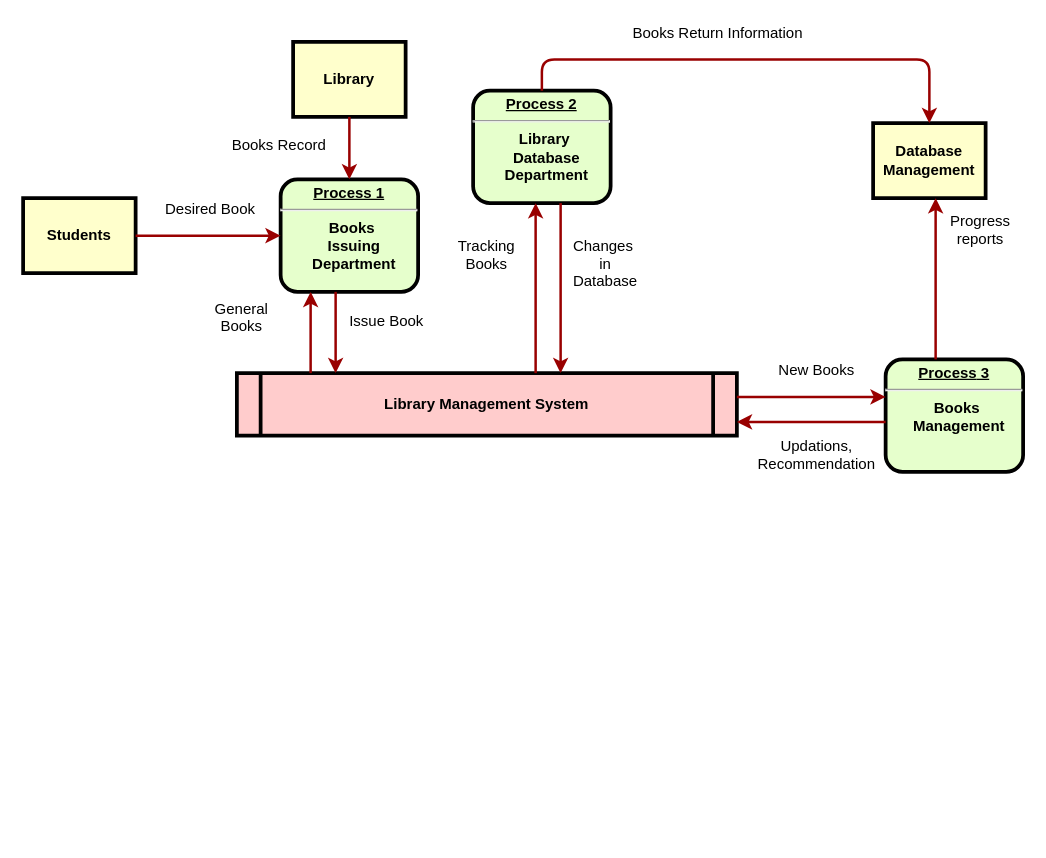
Earlier version of the draw.io diagram Library Management DFD.drawio (Master-Bhavesh/DFD-Diagram). Source tidied: cells renumbered, new cells numbered last; positions are measured from the earlier drawing's top-left corner, leaving out a move shared by most shapes. Both pictures are drawn from the tidied source at 125%, with x=0, y=0 at pixel (22, 21).
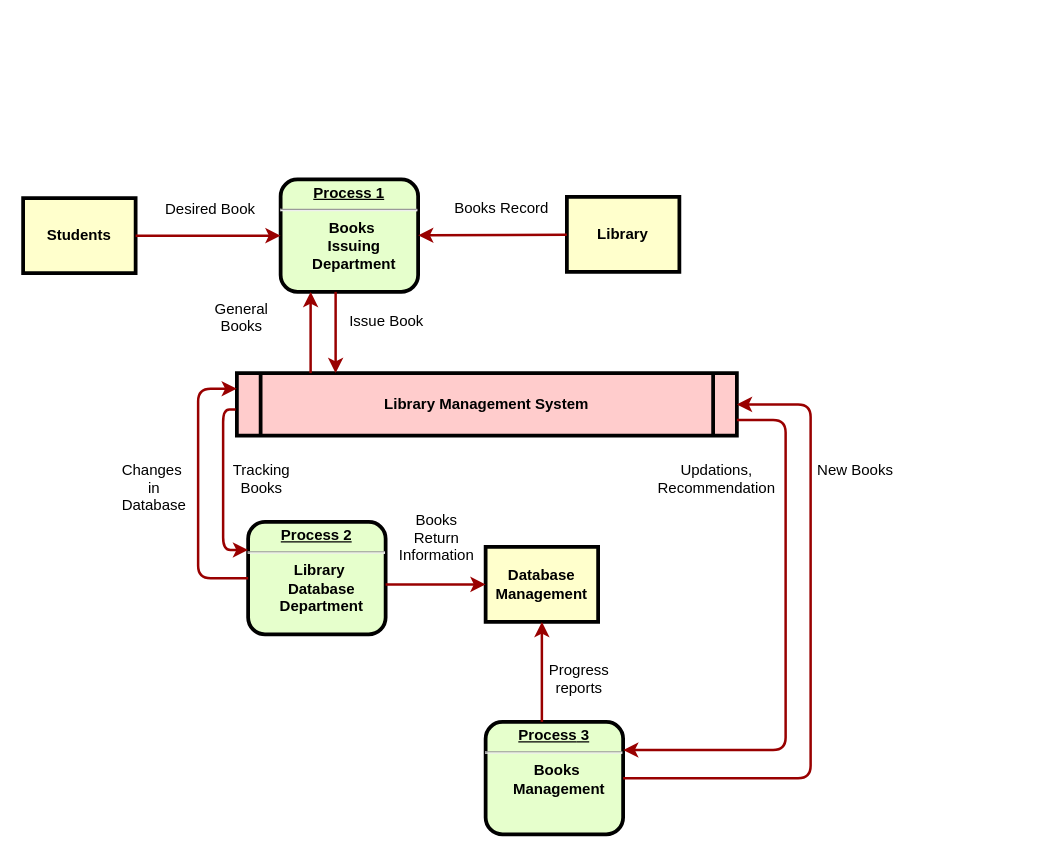
The same page after the edit.

Unchanged cells that the change refers to:
```xml
<mxCell id="5" value="Library Management System" style="shape=process;whiteSpace=wrap;align=center;verticalAlign=middle;size=0.0475;fontStyle=1;strokeWidth=3;fillColor=#FFCCCC;" parent="1" vertex="1">
  <mxGeometry x="171" y="281" width="400" height="50" as="geometry" />
</mxCell>
```

What changed in the source:
```diff
@@
     <mxCell id="3" value="Library" style="whiteSpace=wrap;align=center;verticalAlign=middle;fontStyle=1;strokeWidth=3;fillColor=#FFFFCC;" parent="1" vertex="1">
-      <mxGeometry x="216" y="16" width="90" height="60" as="geometry" />
+      <mxGeometry x="435" y="140" width="90" height="60" as="geometry" />
     </mxCell>
@@
     <mxCell id="6" value="&lt;p style=&quot;margin: 0px ; margin-top: 4px ; text-align: center ; text-decoration: underline&quot;&gt;&lt;strong&gt;Process 2&lt;br&gt;&lt;/strong&gt;&lt;/p&gt;&lt;hr&gt;&lt;p style=&quot;margin: 0px ; margin-left: 8px&quot;&gt;Library&amp;nbsp;&lt;/p&gt;&lt;p style=&quot;margin: 0px ; margin-left: 8px&quot;&gt;Database&lt;/p&gt;&lt;p style=&quot;margin: 0px ; margin-left: 8px&quot;&gt;Department&lt;/p&gt;" style="verticalAlign=middle;align=center;overflow=fill;fontSize=12;fontFamily=Helvetica;html=1;rounded=1;fontStyle=1;strokeWidth=3;fillColor=#E6FFCC;" parent="1" vertex="1">
-      <mxGeometry x="360" y="55" width="110" height="90" as="geometry" />
+      <mxGeometry x="180" y="400" width="110" height="90" as="geometry" />
     </mxCell>
     <mxCell id="7" value="&lt;p style=&quot;margin: 0px ; margin-top: 4px ; text-align: center ; text-decoration: underline&quot;&gt;&lt;strong&gt;&lt;strong&gt;Process&lt;/strong&gt; 3&lt;br&gt;&lt;/strong&gt;&lt;/p&gt;&lt;hr&gt;&lt;p style=&quot;margin: 0px ; margin-left: 8px&quot;&gt;Books&amp;nbsp;&lt;/p&gt;&lt;p style=&quot;margin: 0px ; margin-left: 8px&quot;&gt;Management&lt;/p&gt;" style="verticalAlign=middle;align=center;overflow=fill;fontSize=12;fontFamily=Helvetica;html=1;rounded=1;fontStyle=1;strokeWidth=3;fillColor=#E6FFCC;" parent="1" vertex="1">
-      <mxGeometry x="690" y="270" width="110" height="90" as="geometry" />
+      <mxGeometry x="370" y="560" width="110" height="90" as="geometry" />
     </mxCell>
     <mxCell id="8" value="Database&#10;Management" style="whiteSpace=wrap;align=center;verticalAlign=middle;fontStyle=1;strokeWidth=3;fillColor=#FFFFCC;" parent="1" vertex="1">
-      <mxGeometry x="680" y="81" width="90" height="60" as="geometry" />
+      <mxGeometry x="370" y="420" width="90" height="60" as="geometry" />
     </mxCell>
@@
     <mxCell id="12" value="Books Record" style="text;spacingTop=-5;align=center;" parent="1" vertex="1">
-      <mxGeometry x="190" y="90" width="30" height="20" as="geometry" />
+      <mxGeometry x="368" y="140" width="30" height="20" as="geometry" />
     </mxCell>
@@
-    <mxCell id="17" style="edgeStyle=elbowEdgeStyle;elbow=horizontal;strokeColor=#990000;strokeWidth=2;" parent="1" edge="1" source="5" target="6">
+    <mxCell id="17" style="edgeStyle=elbowEdgeStyle;elbow=horizontal;strokeColor=#990000;strokeWidth=2;entryX=0;entryY=0.25;entryDx=0;entryDy=0;" parent="1" edge="1" target="6">
       <mxGeometry relative="1" as="geometry">
+        <mxPoint x="170" y="310" as="sourcePoint" />
         <Array as="points">
-          <mxPoint x="410" y="200" />
+          <mxPoint x="160" y="480" />
+          <mxPoint x="225" y="580" />
         </Array>
       </mxGeometry>
     </mxCell>
-    <mxCell id="18" style="edgeStyle=elbowEdgeStyle;elbow=horizontal;strokeColor=#990000;strokeWidth=2;" parent="1" edge="1" source="6" target="5">
+    <mxCell id="18" style="edgeStyle=elbowEdgeStyle;elbow=horizontal;strokeColor=#990000;strokeWidth=2;entryX=0;entryY=0.25;entryDx=0;entryDy=0;" parent="1" edge="1" source="6" target="5">
       <mxGeometry relative="1" as="geometry">
         <Array as="points">
-          <mxPoint x="430" y="210" />
+          <mxPoint x="140" y="540" />
         </Array>
       </mxGeometry>
     </mxCell>
     <mxCell id="19" value="Tracking &#10;Books" style="text;spacingTop=-5;align=center;" parent="1" vertex="1">
-      <mxGeometry x="356" y="171" width="30" height="20" as="geometry" />
+      <mxGeometry x="176" y="350" width="30" height="20" as="geometry" />
     </mxCell>
     <mxCell id="20" value="Changes &#10;in&#10;Database" style="text;spacingTop=-5;align=center;" parent="1" vertex="1">
-      <mxGeometry x="451" y="171" width="30" height="20" as="geometry" />
+      <mxGeometry x="90" y="350" width="30" height="20" as="geometry" />
     </mxCell>
-    <mxCell id="21" value="Books Return Information" style="text;spacingTop=-5;align=center;" parent="1" vertex="1">
-      <mxGeometry x="541" width="30" height="20" as="geometry" />
+    <mxCell id="21" value="Books&#10;Return&#10;Information" style="text;spacingTop=-5;align=center;" parent="1" vertex="1">
+      <mxGeometry x="316" y="390" width="30" height="20" as="geometry" />
     </mxCell>
     <mxCell id="22" value="Progress&#10;reports" style="text;spacingTop=-5;align=center;" parent="1" vertex="1">
-      <mxGeometry x="751" y="151" width="30" height="20" as="geometry" />
+      <mxGeometry x="430" y="510" width="30" height="20" as="geometry" />
     </mxCell>
     <mxCell id="23" style="edgeStyle=elbowEdgeStyle;elbow=horizontal;strokeColor=#990000;strokeWidth=2;" parent="1" edge="1" source="6" target="8">
       <mxGeometry relative="1" as="geometry">
         <Array as="points">
-          <mxPoint x="415" y="30" />
+          <mxPoint x="330" y="450" />
+          <mxPoint x="230" y="410" />
         </Array>
       </mxGeometry>
     </mxCell>
@@
-    <mxCell id="25" style="edgeStyle=elbowEdgeStyle;elbow=vertical;strokeColor=#990000;strokeWidth=2;" parent="1" edge="1" source="5" target="7">
+    <mxCell id="25" style="edgeStyle=elbowEdgeStyle;elbow=vertical;strokeColor=#990000;strokeWidth=2;exitX=1;exitY=0.75;exitDx=0;exitDy=0;entryX=1;entryY=0.25;entryDx=0;entryDy=0;" parent="1" edge="1" source="5" target="7">
       <mxGeometry relative="1" as="geometry">
         <Array as="points">
-          <mxPoint x="620" y="300" />
+          <mxPoint x="610" y="319" />
         </Array>
       </mxGeometry>
     </mxCell>
-    <mxCell id="26" style="edgeStyle=elbowEdgeStyle;elbow=vertical;strokeColor=#990000;strokeWidth=2;" parent="1" edge="1" source="7" target="5">
+    <mxCell id="26" style="edgeStyle=elbowEdgeStyle;elbow=vertical;strokeColor=#990000;strokeWidth=2;entryX=1;entryY=0.5;entryDx=0;entryDy=0;" parent="1" edge="1" source="7" target="5">
       <mxGeometry relative="1" as="geometry">
         <Array as="points">
-          <mxPoint x="620" y="320" />
+          <mxPoint x="630" y="306" />
         </Array>
       </mxGeometry>
     </mxCell>
     <mxCell id="27" value="New Books" style="text;spacingTop=-5;align=center;" parent="1" vertex="1">
-      <mxGeometry x="620" y="270" width="30" height="20" as="geometry" />
+      <mxGeometry x="651" y="350" width="30" height="20" as="geometry" />
     </mxCell>
     <mxCell id="28" value="Updations,&#10;Recommendation" style="text;spacingTop=-5;align=center;" parent="1" vertex="1">
-      <mxGeometry x="620" y="331" width="30" height="20" as="geometry" />
+      <mxGeometry x="540" y="350" width="30" height="20" as="geometry" />
     </mxCell>
```
